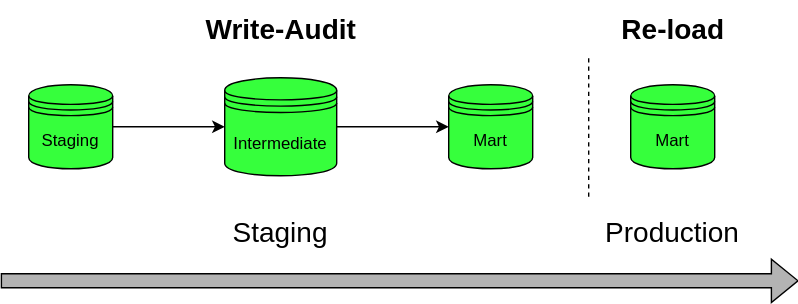
The draw.io diagram misc/bigquery_wap.drawio.svg in Hiflylabs/hiflylabs-analytics-engineering-handbook, before a commit. Source tidied: cells renumbered, new cells last; positions are measured from the earlier drawing's top-left corner, leaving out a move shared by most shapes.
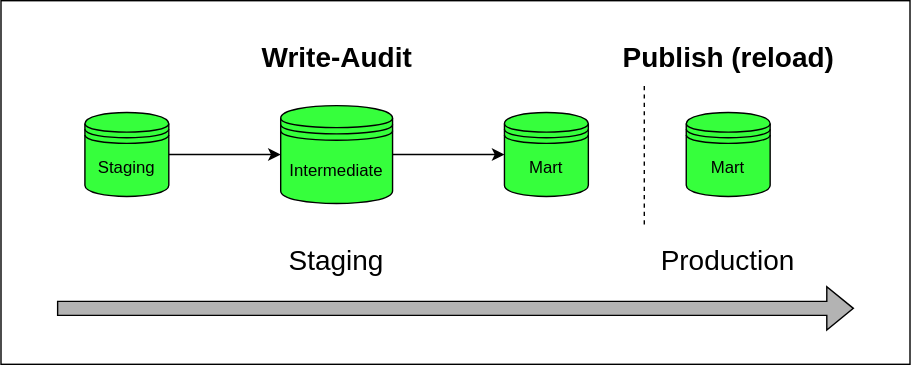
After the commit.

Diff of the diagram source:
```diff
@@ -2,28 +2,31 @@
   <root>
     <mxCell id="0" />
     <mxCell id="1" parent="0" />
+    <mxCell id="14" style="rounded=0;whiteSpace=wrap;html=1;fillColor=#FFFFFF;" parent="1" vertex="1">
+      <mxGeometry x="-40" y="-20" width="650" height="260" as="geometry" />
+    </mxCell>
-    <mxCell id="2" style="edgeStyle=none;html=1;entryX=0;entryY=0.5;entryDx=0;entryDy=0;" parent="1" edge="1" source="3" target="5">
+    <mxCell id="2" style="edgeStyle=none;html=1;entryX=0;entryY=0.5;entryDx=0;entryDy=0;strokeColor=#000000;" parent="1" edge="1" source="3" target="5">
       <mxGeometry relative="1" as="geometry" />
     </mxCell>
-    <mxCell id="3" value="Staging" style="shape=datastore;whiteSpace=wrap;html=1;fillColor=#36FF3C;" parent="1" vertex="1">
+    <mxCell id="3" value="&lt;font color=&quot;#000000&quot;&gt;Staging&lt;/font&gt;" style="shape=datastore;whiteSpace=wrap;html=1;fillColor=#36FF3C;strokeColor=#000000;" parent="1" vertex="1">
       <mxGeometry x="20" y="60" width="60" height="60" as="geometry" />
     </mxCell>
-    <mxCell id="4" style="edgeStyle=none;html=1;entryX=0;entryY=0.5;entryDx=0;entryDy=0;" parent="1" edge="1" source="5" target="6">
+    <mxCell id="4" style="edgeStyle=none;html=1;entryX=0;entryY=0.5;entryDx=0;entryDy=0;strokeColor=#000000;" parent="1" edge="1" source="5" target="6">
       <mxGeometry relative="1" as="geometry" />
     </mxCell>
-    <mxCell id="5" value="Intermediate" style="shape=datastore;whiteSpace=wrap;html=1;fillColor=#36FF3C;" parent="1" vertex="1">
+    <mxCell id="5" value="&lt;font color=&quot;#000000&quot;&gt;Intermediate&lt;/font&gt;" style="shape=datastore;whiteSpace=wrap;html=1;fillColor=#36FF3C;strokeColor=#000000;" parent="1" vertex="1">
       <mxGeometry x="160" y="55" width="80" height="70" as="geometry" />
     </mxCell>
-    <mxCell id="6" value="Mart" style="shape=datastore;whiteSpace=wrap;html=1;fillColor=#36FF3C;" parent="1" vertex="1">
+    <mxCell id="6" value="&lt;font color=&quot;#000000&quot;&gt;Mart&lt;/font&gt;" style="shape=datastore;whiteSpace=wrap;html=1;fillColor=#36FF3C;strokeColor=#000000;" parent="1" vertex="1">
       <mxGeometry x="320" y="60" width="60" height="60" as="geometry" />
     </mxCell>
-    <mxCell id="7" value="Mart" style="shape=datastore;whiteSpace=wrap;html=1;fillColor=#36FF3C;" parent="1" vertex="1">
+    <mxCell id="7" value="&lt;font color=&quot;#000000&quot;&gt;Mart&lt;/font&gt;" style="shape=datastore;whiteSpace=wrap;html=1;fillColor=#36FF3C;strokeColor=#000000;" parent="1" vertex="1">
       <mxGeometry x="450" y="60" width="60" height="60" as="geometry" />
     </mxCell>
-    <mxCell id="8" value="&lt;font style=&quot;font-size: 20px&quot;&gt;Write-Audit&lt;/font&gt;" style="text;strokeColor=none;fillColor=none;html=1;fontSize=24;fontStyle=1;verticalAlign=middle;align=center;rotation=0;" parent="1" vertex="1">
+    <mxCell id="8" value="&lt;font style=&quot;font-size: 20px&quot; color=&quot;#000000&quot;&gt;Write-Audit&lt;/font&gt;" style="text;strokeColor=none;fillColor=none;html=1;fontSize=24;fontStyle=1;verticalAlign=middle;align=center;rotation=0;" parent="1" vertex="1">
       <mxGeometry x="150" width="100" height="40" as="geometry" />
     </mxCell>
-    <mxCell id="9" style="endArrow=none;dashed=1;html=1;fontSize=20;" parent="1" edge="1">
+    <mxCell id="9" style="endArrow=none;dashed=1;html=1;fontSize=20;strokeColor=#000000;" parent="1" edge="1">
       <mxGeometry relative="1" as="geometry">
         <mxPoint x="420" y="140" as="sourcePoint" />
         <mxPoint x="420" y="40" as="targetPoint" />
@@ -32,13 +35,13 @@
         </Array>
       </mxGeometry>
     </mxCell>
-    <mxCell id="10" value="&lt;font style=&quot;font-size: 20px&quot;&gt;Re-load&lt;/font&gt;" style="text;strokeColor=none;fillColor=none;html=1;fontSize=24;fontStyle=1;verticalAlign=middle;align=center;" parent="1" vertex="1">
+    <mxCell id="10" value="&lt;font style=&quot;font-size: 20px&quot; color=&quot;#000000&quot;&gt;Publish (reload)&lt;/font&gt;" style="text;strokeColor=none;fillColor=none;html=1;fontSize=24;fontStyle=1;verticalAlign=middle;align=center;" parent="1" vertex="1">
       <mxGeometry x="430" width="100" height="40" as="geometry" />
     </mxCell>
-    <mxCell id="11" value="Staging" style="text;html=1;strokeColor=none;fillColor=none;align=center;verticalAlign=middle;whiteSpace=wrap;rounded=0;fontSize=20;" parent="1" vertex="1">
+    <mxCell id="11" value="&lt;font color=&quot;#000000&quot;&gt;Staging&lt;/font&gt;" style="text;html=1;strokeColor=none;fillColor=none;align=center;verticalAlign=middle;whiteSpace=wrap;rounded=0;fontSize=20;" parent="1" vertex="1">
       <mxGeometry x="170" y="150" width="60" height="30" as="geometry" />
     </mxCell>
-    <mxCell id="12" value="Production" style="text;html=1;strokeColor=none;fillColor=none;align=center;verticalAlign=middle;whiteSpace=wrap;rounded=0;fontSize=20;" parent="1" vertex="1">
+    <mxCell id="12" value="&lt;font color=&quot;#000000&quot;&gt;Production&lt;/font&gt;" style="text;html=1;strokeColor=none;fillColor=none;align=center;verticalAlign=middle;whiteSpace=wrap;rounded=0;fontSize=20;" parent="1" vertex="1">
       <mxGeometry x="450" y="150" width="60" height="30" as="geometry" />
     </mxCell>
     <mxCell id="13" style="shape=flexArrow;endArrow=classic;html=1;rounded=0;fillColor=#B3B3B3;" parent="1" edge="1">
```
